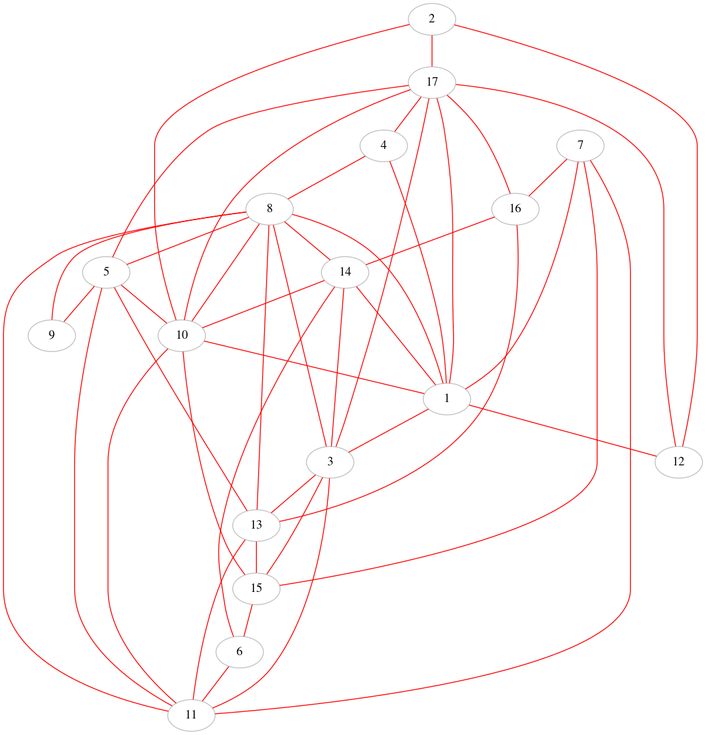
ParadoxZW/PATexercise keeps this Graphviz diagram as A/1013/G.gv.png. Above is the earlier version. Its source is kept beside it as A/1013/G.gv. The source it was exported from:
```dot
graph G {
	2 [label=2 color=gray]
	7 [label=7 color=gray]
	4 [label=4 color=gray]
	11 [label=11 color=gray]
	14 [label=14 color=gray]
	17 [label=17 color=gray]
	3 [label=3 color=gray]
	8 [label=8 color=gray]
	6 [label=6 color=gray]
	13 [label=13 color=gray]
	12 [label=12 color=gray]
	15 [label=15 color=gray]
	9 [label=9 color=gray]
	16 [label=16 color=gray]
	10 [label=10 color=gray]
	1 [label=1 color=gray]
	5 [label=5 color=gray]
	15 -- 6 [color=red]
	10 -- 8 [color=red]
	1 -- 12 [color=red]
	1 -- 14 [color=red]
	1 -- 4 [color=red]
	2 -- 10 [color=red]
	10 -- 15 [color=red]
	5 -- 13 [color=red]
	17 -- 5 [color=red]
	8 -- 3 [color=red]
	7 -- 16 [color=red]
	5 -- 10 [color=red]
	1 -- 3 [color=red]
	8 -- 5 [color=red]
	2 -- 17 [color=red]
	8 -- 11 [color=red]
	10 -- 1 [color=red]
	15 -- 3 [color=red]
	13 -- 15 [color=red]
	3 -- 11 [color=red]
	17 -- 16 [color=red]
	13 -- 8 [color=red]
	8 -- 14 [color=red]
	8 -- 9 [color=red]
	13 -- 11 [color=red]
	7 -- 11 [color=red]
	3 -- 17 [color=red]
	5 -- 11 [color=red]
	6 -- 11 [color=red]
	17 -- 12 [color=red]
	16 -- 13 [color=red]
	7 -- 15 [color=red]
	1 -- 8 [color=red]
	2 -- 12 [color=red]
	10 -- 11 [color=red]
	14 -- 10 [color=red]
	17 -- 1 [color=red]
	3 -- 13 [color=red]
	17 -- 10 [color=red]
	16 -- 14 [color=red]
	6 -- 14 [color=red]
	5 -- 9 [color=red]
	17 -- 4 [color=red]
	7 -- 1 [color=red]
	4 -- 8 [color=red]
	14 -- 3 [color=red]
}
```
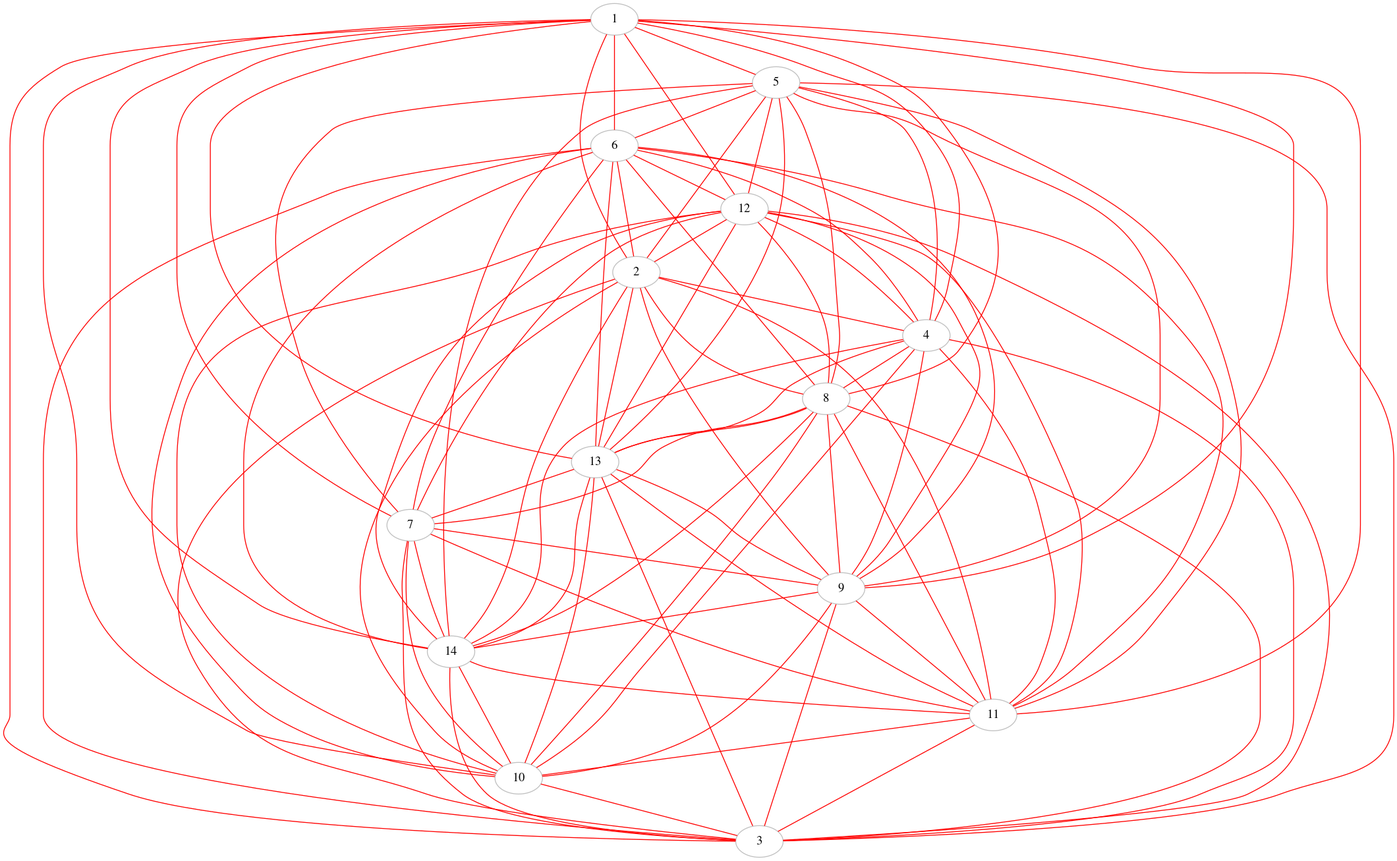
After the change.

Change to the diagram source:
```diff
@@ -1,65 +1,104 @@
 graph G {
+	1 [label=1 color=gray]
+	3 [label=3 color=gray]
+	6 [label=6 color=gray]
+	7 [label=7 color=gray]
+	14 [label=14 color=gray]
+	5 [label=5 color=gray]
+	10 [label=10 color=gray]
+	9 [label=9 color=gray]
+	8 [label=8 color=gray]
+	13 [label=13 color=gray]
+	11 [label=11 color=gray]
+	4 [label=4 color=gray]
 	2 [label=2 color=gray]
-	7 [label=7 color=gray]
-	4 [label=4 color=gray]
-	11 [label=11 color=gray]
-	14 [label=14 color=gray]
-	17 [label=17 color=gray]
-	3 [label=3 color=gray]
-	8 [label=8 color=gray]
-	6 [label=6 color=gray]
-	13 [label=13 color=gray]
 	12 [label=12 color=gray]
-	15 [label=15 color=gray]
-	9 [label=9 color=gray]
-	16 [label=16 color=gray]
-	10 [label=10 color=gray]
-	1 [label=1 color=gray]
-	5 [label=5 color=gray]
-	15 -- 6 [color=red]
-	10 -- 8 [color=red]
-	1 -- 12 [color=red]
-	1 -- 14 [color=red]
-	1 -- 4 [color=red]
-	2 -- 10 [color=red]
-	10 -- 15 [color=red]
-	5 -- 13 [color=red]
-	17 -- 5 [color=red]
-	8 -- 3 [color=red]
-	7 -- 16 [color=red]
-	5 -- 10 [color=red]
-	1 -- 3 [color=red]
+	3 -- 7 [color=red]
+	12 -- 9 [color=red]
+	2 -- 14 [color=red]
+	3 -- 13 [color=red]
+	11 -- 3 [color=red]
+	13 -- 5 [color=red]
+	2 -- 1 [color=red]
+	12 -- 5 [color=red]
+	10 -- 13 [color=red]
+	3 -- 6 [color=red]
+	4 -- 6 [color=red]
+	11 -- 7 [color=red]
+	7 -- 1 [color=red]
+	3 -- 1 [color=red]
+	9 -- 13 [color=red]
+	13 -- 7 [color=red]
+	6 -- 1 [color=red]
+	14 -- 8 [color=red]
+	4 -- 10 [color=red]
+	12 -- 3 [color=red]
+	9 -- 4 [color=red]
+	10 -- 12 [color=red]
+	14 -- 3 [color=red]
+	8 -- 13 [color=red]
+	14 -- 11 [color=red]
+	11 -- 2 [color=red]
+	11 -- 4 [color=red]
+	1 -- 5 [color=red]
+	6 -- 13 [color=red]
+	3 -- 2 [color=red]
+	4 -- 12 [color=red]
 	8 -- 5 [color=red]
-	2 -- 17 [color=red]
-	8 -- 11 [color=red]
-	10 -- 1 [color=red]
-	15 -- 3 [color=red]
-	13 -- 15 [color=red]
-	3 -- 11 [color=red]
-	17 -- 16 [color=red]
-	13 -- 8 [color=red]
-	8 -- 14 [color=red]
-	8 -- 9 [color=red]
+	11 -- 5 [color=red]
+	8 -- 1 [color=red]
+	14 -- 5 [color=red]
+	8 -- 10 [color=red]
+	12 -- 7 [color=red]
+	7 -- 6 [color=red]
+	11 -- 1 [color=red]
+	4 -- 1 [color=red]
+	10 -- 2 [color=red]
+	8 -- 2 [color=red]
+	6 -- 8 [color=red]
+	11 -- 10 [color=red]
+	13 -- 12 [color=red]
+	10 -- 3 [color=red]
+	11 -- 9 [color=red]
+	10 -- 9 [color=red]
+	14 -- 13 [color=red]
+	14 -- 10 [color=red]
+	5 -- 6 [color=red]
+	3 -- 5 [color=red]
+	10 -- 6 [color=red]
+	6 -- 2 [color=red]
+	12 -- 14 [color=red]
+	6 -- 14 [color=red]
+	8 -- 7 [color=red]
+	1 -- 13 [color=red]
+	2 -- 4 [color=red]
+	12 -- 1 [color=red]
+	3 -- 9 [color=red]
+	14 -- 1 [color=red]
+	6 -- 9 [color=red]
+	10 -- 7 [color=red]
+	3 -- 4 [color=red]
+	13 -- 4 [color=red]
 	13 -- 11 [color=red]
-	7 -- 11 [color=red]
-	3 -- 17 [color=red]
-	5 -- 11 [color=red]
-	6 -- 11 [color=red]
-	17 -- 12 [color=red]
-	16 -- 13 [color=red]
-	7 -- 15 [color=red]
-	1 -- 8 [color=red]
-	2 -- 12 [color=red]
-	10 -- 11 [color=red]
-	14 -- 10 [color=red]
-	17 -- 1 [color=red]
-	3 -- 13 [color=red]
-	17 -- 10 [color=red]
-	16 -- 14 [color=red]
-	6 -- 14 [color=red]
+	9 -- 8 [color=red]
+	12 -- 2 [color=red]
+	2 -- 5 [color=red]
+	4 -- 8 [color=red]
+	5 -- 7 [color=red]
+	3 -- 8 [color=red]
 	5 -- 9 [color=red]
-	17 -- 4 [color=red]
-	7 -- 1 [color=red]
-	4 -- 8 [color=red]
-	14 -- 3 [color=red]
+	4 -- 14 [color=red]
+	11 -- 8 [color=red]
+	13 -- 2 [color=red]
+	7 -- 14 [color=red]
+	11 -- 12 [color=red]
+	11 -- 6 [color=red]
+	1 -- 9 [color=red]
+	7 -- 9 [color=red]
+	1 -- 10 [color=red]
+	6 -- 12 [color=red]
+	9 -- 14 [color=red]
+	12 -- 8 [color=red]
+	9 -- 2 [color=red]
+	5 -- 4 [color=red]
 }
```
